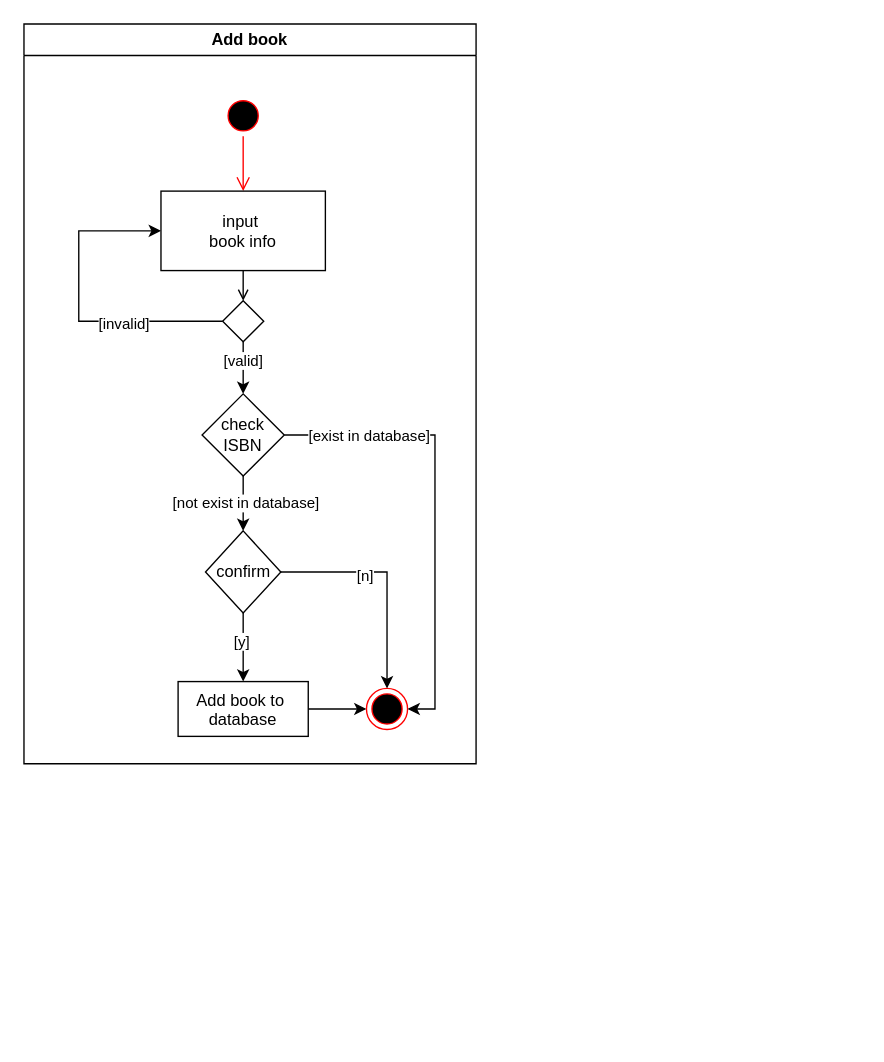
starven333/ShopProject keeps this draw.io diagram as page "Add book" (3 of 7) of Diagrams/ActivityDiagram.drawio. Above is the earlier version. Source tidied: cells renumbered, new cells numbered last; positions are measured from the earlier drawing's top-left corner, leaving out a move shared by most shapes. Both pictures are drawn from the tidied source at 137%, with x=0, y=0 at pixel (23, 23).
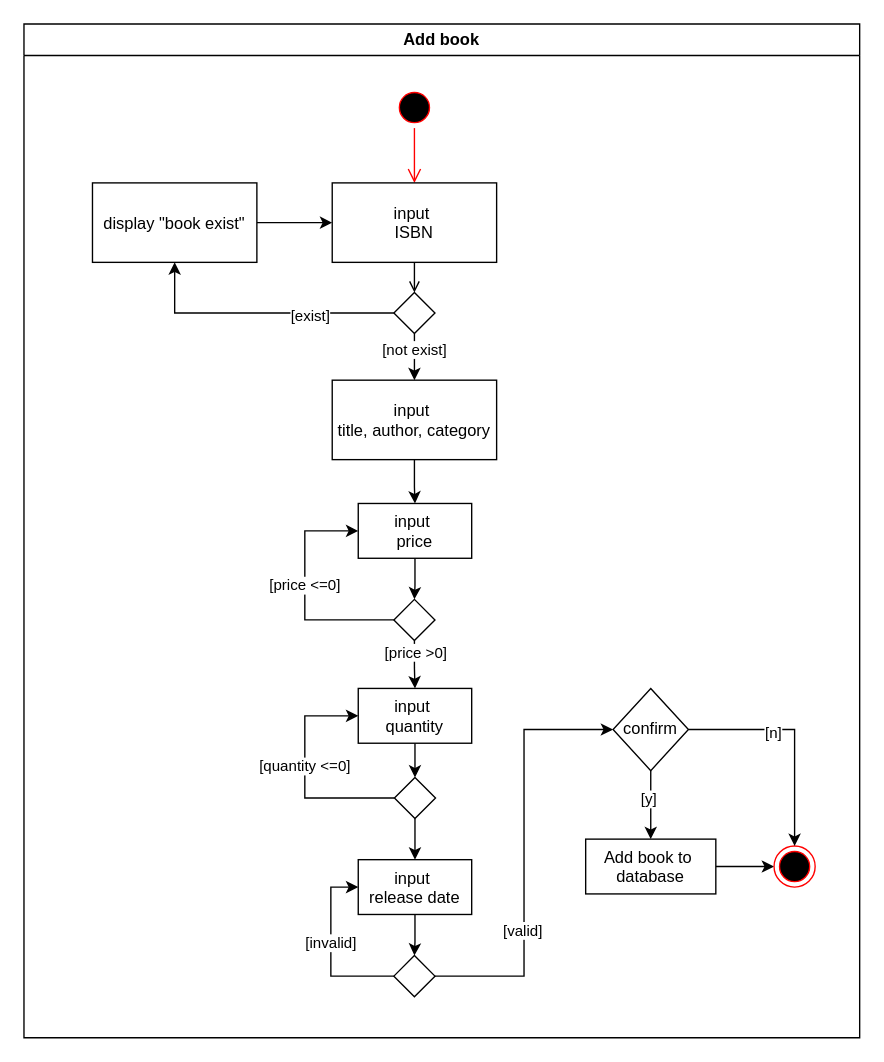
The same page after the edit.

What changed in the source:
```diff
@@
     <mxCell id="2" value="Add book" style="swimlane;whiteSpace=wrap;startSize=23;" parent="1" vertex="1">
-      <mxGeometry width="330" height="540" as="geometry" />
+      <mxGeometry width="610" height="740" as="geometry" />
     </mxCell>
     <mxCell id="3" style="ellipse;shape=startState;fillColor=#000000;strokeColor=#ff0000;" parent="2" vertex="1">
-      <mxGeometry x="145" y="52" width="30" height="30" as="geometry" />
+      <mxGeometry x="270" y="46" width="30" height="30" as="geometry" />
     </mxCell>
@@
-    <mxCell id="5" value="input &#10;book info" parent="2" vertex="1">
-      <mxGeometry x="100" y="122" width="120" height="58" as="geometry" />
+    <mxCell id="5" value="input &#10;ISBN" parent="2" vertex="1">
+      <mxGeometry x="225" y="116" width="120" height="58" as="geometry" />
     </mxCell>
-    <mxCell id="6" style="edgeStyle=orthogonalEdgeStyle;rounded=0;jettySize=auto;html=1;entryX=0;entryY=0.5;entryDx=0;entryDy=0;" parent="2" edge="1" source="10" target="5">
+    <mxCell id="6" style="edgeStyle=orthogonalEdgeStyle;rounded=0;jettySize=auto;html=1;entryX=0.5;entryY=1;entryDx=0;entryDy=0;" parent="2" edge="1" source="10" target="26">
       <mxGeometry relative="1" as="geometry">
         <Array as="points">
-          <mxPoint x="40" y="217" />
-          <mxPoint x="40" y="151" />
+          <mxPoint x="110" y="211" />
         </Array>
       </mxGeometry>
     </mxCell>
-    <mxCell id="7" value="[invalid]" style="edgeLabel;html=1;align=center;verticalAlign=middle;" parent="6" vertex="1">
+    <mxCell id="7" value="[exist]" style="edgeLabel;html=1;align=center;verticalAlign=middle;" parent="6" vertex="1">
       <mxGeometry x="-0.37" y="1" relative="1" as="geometry" />
     </mxCell>
-    <mxCell id="8" style="edgeStyle=orthogonalEdgeStyle;rounded=0;jettySize=auto;html=1;exitX=0.5;exitY=1;exitDx=0;exitDy=0;" parent="2" edge="1" source="10" target="24">
-      <mxGeometry relative="1" as="geometry" />
+    <mxCell id="8" style="edgeStyle=orthogonalEdgeStyle;rounded=0;jettySize=auto;html=1;exitX=0.5;exitY=1;exitDx=0;exitDy=0;entryX=0.5;entryY=0;entryDx=0;entryDy=0;" parent="2" edge="1" source="10" target="28">
+      <mxGeometry relative="1" as="geometry">
+        <Array as="points">
+          <mxPoint x="285" y="250" />
+          <mxPoint x="285" y="250" />
+        </Array>
+      </mxGeometry>
     </mxCell>
-    <mxCell id="9" value="[valid]" style="edgeLabel;html=1;align=center;verticalAlign=middle;" parent="8" vertex="1">
+    <mxCell id="9" value="[not exist]" style="edgeLabel;html=1;align=center;verticalAlign=middle;" parent="8" vertex="1">
       <mxGeometry x="-0.38" y="-1" relative="1" as="geometry" />
     </mxCell>
     <mxCell id="10" style="rhombus;whiteSpace=wrap;html=1;" parent="2" vertex="1">
-      <mxGeometry x="145" y="202" width="30" height="30" as="geometry" />
+      <mxGeometry x="270" y="196" width="30" height="30" as="geometry" />
     </mxCell>
@@
     <mxCell id="13" value="Add book to &#10;database" parent="2" vertex="1">
-      <mxGeometry x="112.5" y="480" width="95" height="40" as="geometry" />
+      <mxGeometry x="410" y="595" width="95" height="40" as="geometry" />
     </mxCell>
     <mxCell id="14" style="ellipse;shape=endState;fillColor=#000000;strokeColor=#ff0000;" parent="2" vertex="1">
-      <mxGeometry x="250" y="485" width="30" height="30" as="geometry" />
+      <mxGeometry x="547.5" y="600" width="30" height="30" as="geometry" />
     </mxCell>
@@
     <mxCell id="19" value="confirm" style="rhombus;whiteSpace=wrap;html=1;" parent="2" vertex="1">
-      <mxGeometry x="132.5" y="370" width="55" height="60" as="geometry" />
+      <mxGeometry x="430" y="485" width="55" height="60" as="geometry" />
     </mxCell>
-    <mxCell id="20" style="edgeStyle=orthogonalEdgeStyle;rounded=0;jettySize=auto;html=1;" parent="2" edge="1" source="24" target="19">
-      <mxGeometry relative="1" as="geometry" />
-    </mxCell>
-    <mxCell id="21" value="[not exist in database]" style="edgeLabel;html=1;align=center;verticalAlign=middle;" parent="20" vertex="1">
-      <mxGeometry x="-0.06" y="1" relative="1" as="geometry" />
-    </mxCell>
-    <mxCell id="22" style="edgeStyle=orthogonalEdgeStyle;rounded=0;jettySize=auto;html=1;entryX=1;entryY=0.5;entryDx=0;entryDy=0;" parent="2" edge="1" source="24" target="14">
-      <mxGeometry relative="1" as="geometry" />
-    </mxCell>
-    <mxCell id="23" value="[exist in database]" style="edgeLabel;html=1;align=center;verticalAlign=middle;" parent="22" vertex="1">
-      <mxGeometry x="-0.76" y="-2" relative="1" as="geometry">
-        <mxPoint x="21" y="-2" as="offset" />
-      </mxGeometry>
-    </mxCell>
-    <mxCell id="24" value="check ISBN" style="rhombus;whiteSpace=wrap;html=1;" parent="2" vertex="1">
-      <mxGeometry x="130" y="270" width="60" height="60" as="geometry" />
-    </mxCell>
+    <mxCell id="25" style="edgeStyle=orthogonalEdgeStyle;rounded=0;jettySize=auto;html=1;" parent="2" edge="1" source="26" target="5">
+      <mxGeometry relative="1" as="geometry" />
+    </mxCell>
+    <mxCell id="26" value="display &quot;book exist&quot;" parent="2" vertex="1">
+      <mxGeometry x="50" y="116" width="120" height="58" as="geometry" />
+    </mxCell>
+    <mxCell id="27" style="edgeStyle=orthogonalEdgeStyle;rounded=0;jettySize=auto;html=1;" parent="2" edge="1" source="28" target="30">
+      <mxGeometry relative="1" as="geometry" />
+    </mxCell>
+    <mxCell id="28" value="input &#10;title, author, category" parent="2" vertex="1">
+      <mxGeometry x="225" y="260" width="120" height="58" as="geometry" />
+    </mxCell>
+    <mxCell id="29" style="edgeStyle=orthogonalEdgeStyle;rounded=0;jettySize=auto;html=1;" parent="2" edge="1" source="30" target="37">
+      <mxGeometry relative="1" as="geometry" />
+    </mxCell>
+    <mxCell id="30" value="input &#10;price" parent="2" vertex="1">
+      <mxGeometry x="244" y="350" width="82.8" height="40" as="geometry" />
+    </mxCell>
+    <mxCell id="31" style="edgeStyle=orthogonalEdgeStyle;rounded=0;jettySize=auto;html=1;" parent="2" edge="1" source="32" target="41">
+      <mxGeometry relative="1" as="geometry" />
+    </mxCell>
+    <mxCell id="32" value="input &#10;quantity" parent="2" vertex="1">
+      <mxGeometry x="244" y="485" width="82.8" height="40" as="geometry" />
+    </mxCell>
+    <mxCell id="33" style="edgeStyle=orthogonalEdgeStyle;rounded=0;jettySize=auto;html=1;entryX=0;entryY=0.5;entryDx=0;entryDy=0;" parent="2" edge="1" source="37" target="30">
+      <mxGeometry relative="1" as="geometry">
+        <Array as="points">
+          <mxPoint x="205" y="435" />
+          <mxPoint x="205" y="370" />
+        </Array>
+      </mxGeometry>
+    </mxCell>
+    <mxCell id="34" value="[price &amp;lt;=0]" style="edgeLabel;html=1;align=center;verticalAlign=middle;" parent="33" vertex="1">
+      <mxGeometry x="0.08" y="1" relative="1" as="geometry" />
+    </mxCell>
+    <mxCell id="35" style="edgeStyle=orthogonalEdgeStyle;rounded=0;jettySize=auto;html=1;" parent="2" edge="1" source="37" target="32">
+      <mxGeometry relative="1" as="geometry" />
+    </mxCell>
+    <mxCell id="36" value="[price &amp;gt;0]" style="edgeLabel;html=1;align=center;verticalAlign=middle;" parent="35" vertex="1">
+      <mxGeometry x="-0.53" relative="1" as="geometry" />
+    </mxCell>
+    <mxCell id="37" style="rhombus;whiteSpace=wrap;html=1;" parent="2" vertex="1">
+      <mxGeometry x="270" y="420" width="30" height="30" as="geometry" />
+    </mxCell>
+    <mxCell id="38" style="edgeStyle=orthogonalEdgeStyle;rounded=0;jettySize=auto;html=1;entryX=0;entryY=0.5;entryDx=0;entryDy=0;" parent="2" edge="1" source="41" target="32">
+      <mxGeometry relative="1" as="geometry">
+        <Array as="points">
+          <mxPoint x="205" y="565" />
+          <mxPoint x="205" y="505" />
+        </Array>
+      </mxGeometry>
+    </mxCell>
+    <mxCell id="39" value="[quantity &amp;lt;=0]" style="edgeLabel;html=1;align=center;verticalAlign=middle;" parent="38" vertex="1">
+      <mxGeometry x="0.08" y="1" relative="1" as="geometry" />
+    </mxCell>
+    <mxCell id="40" style="edgeStyle=orthogonalEdgeStyle;rounded=0;jettySize=auto;html=1;" parent="2" edge="1" source="41" target="43">
+      <mxGeometry relative="1" as="geometry" />
+    </mxCell>
+    <mxCell id="41" style="rhombus;whiteSpace=wrap;html=1;" parent="2" vertex="1">
+      <mxGeometry x="270.4" y="550" width="30" height="30" as="geometry" />
+    </mxCell>
+    <mxCell id="42" style="edgeStyle=orthogonalEdgeStyle;rounded=0;jettySize=auto;html=1;" parent="2" edge="1" source="43" target="48">
+      <mxGeometry relative="1" as="geometry" />
+    </mxCell>
+    <mxCell id="43" value="input &#10;release date" parent="2" vertex="1">
+      <mxGeometry x="244" y="610" width="82.8" height="40" as="geometry" />
+    </mxCell>
+    <mxCell id="44" style="edgeStyle=orthogonalEdgeStyle;rounded=0;jettySize=auto;html=1;entryX=0;entryY=0.5;entryDx=0;entryDy=0;" parent="2" edge="1" source="48" target="43">
+      <mxGeometry relative="1" as="geometry">
+        <Array as="points">
+          <mxPoint x="224" y="695" />
+          <mxPoint x="224" y="630" />
+        </Array>
+      </mxGeometry>
+    </mxCell>
+    <mxCell id="45" value="[invalid]" style="edgeLabel;html=1;align=center;verticalAlign=middle;" parent="44" vertex="1">
+      <mxGeometry x="0.09" y="1" relative="1" as="geometry" />
+    </mxCell>
+    <mxCell id="46" style="edgeStyle=orthogonalEdgeStyle;rounded=0;jettySize=auto;html=1;entryX=0;entryY=0.5;entryDx=0;entryDy=0;" parent="2" edge="1" source="48" target="19">
+      <mxGeometry relative="1" as="geometry" />
+    </mxCell>
+    <mxCell id="47" value="[valid]" style="edgeLabel;html=1;align=center;verticalAlign=middle;" parent="46" vertex="1">
+      <mxGeometry x="-0.36" y="2" relative="1" as="geometry" />
+    </mxCell>
+    <mxCell id="48" style="rhombus;whiteSpace=wrap;html=1;" parent="2" vertex="1">
+      <mxGeometry x="270" y="680" width="30" height="30" as="geometry" />
+    </mxCell>
```
